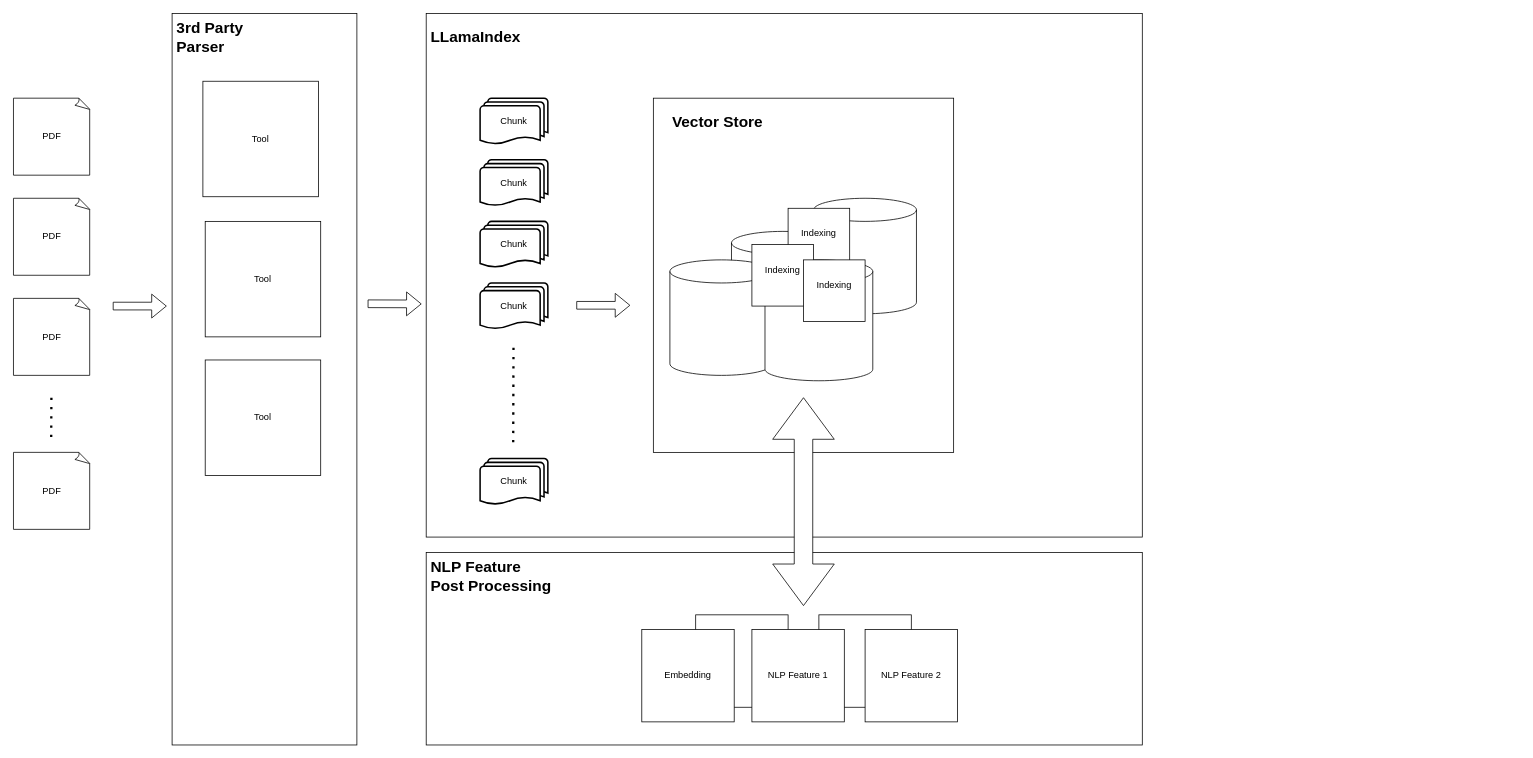
Earlier version of the draw.io diagram Untitled Diagram.drawio (xiaochen93/xiaochen93). Source tidied: cells renumbered, new cells numbered last; positions are measured from the earlier drawing's top-left corner, leaving out a move shared by most shapes. Both pictures are drawn from the tidied source at 77%, with x=0, y=0 at pixel (13, 13).
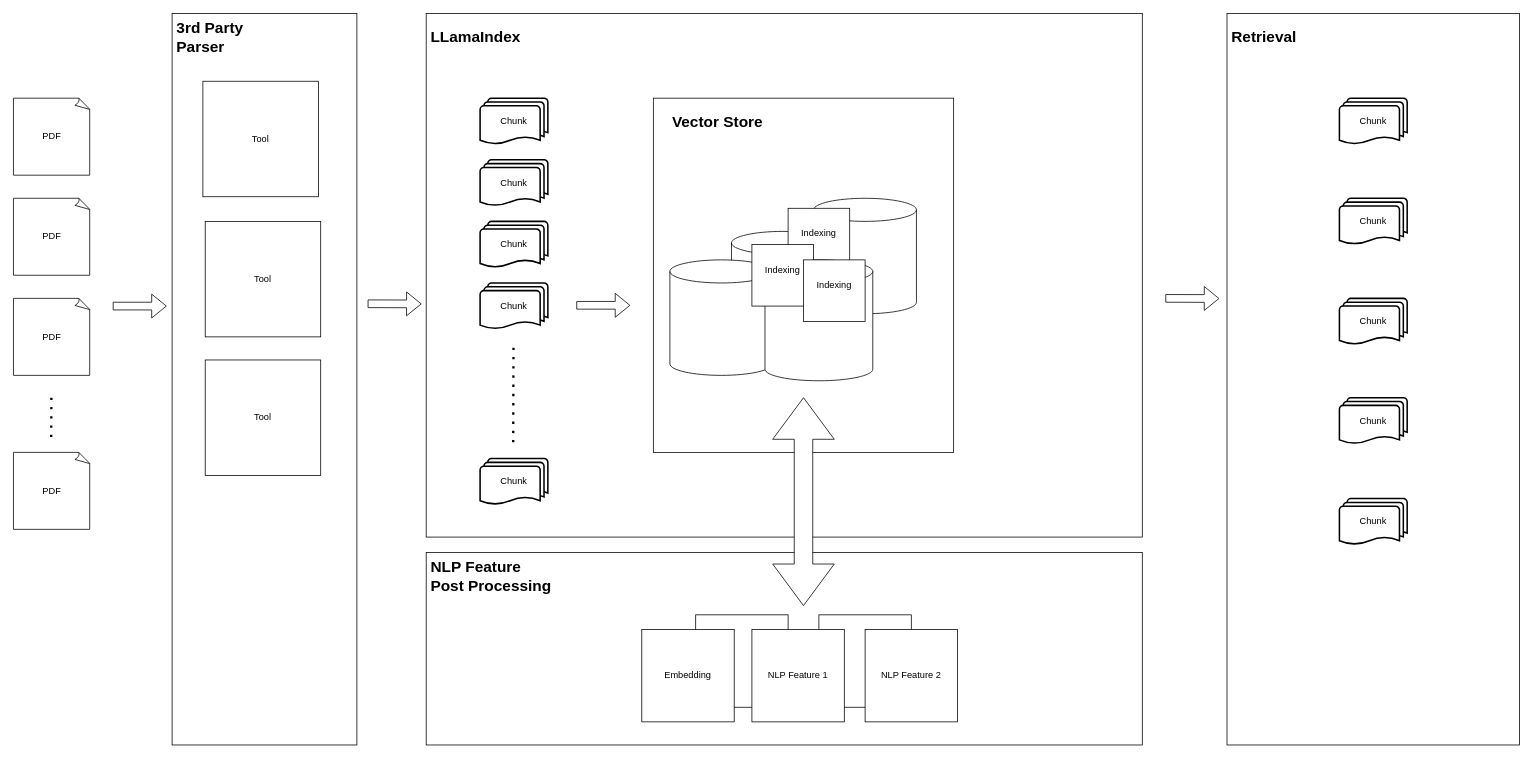
After the change.

The edit, as a diff of the source:
```diff
@@
+    <mxCell id="40" style="whiteSpace=wrap;html=1;" parent="1" vertex="1">
+      <mxGeometry x="1576" width="380" height="950" as="geometry" />
+    </mxCell>
+    <mxCell id="41" style="shape=flexArrow;endArrow=classic;html=1;rounded=0;verticalAlign=middle;" parent="1" edge="1">
+      <mxGeometry relative="1" as="geometry">
+        <mxPoint x="1496" y="370" as="sourcePoint" />
+        <mxPoint x="1566" y="370.2" as="targetPoint" />
+      </mxGeometry>
+    </mxCell>
+    <mxCell id="42" value="Chunk" style="strokeWidth=2;html=1;shape=mxgraph.flowchart.multi-document;whiteSpace=wrap;" parent="1" vertex="1">
+      <mxGeometry x="1722" y="110" width="88" height="60" as="geometry" />
+    </mxCell>
+    <mxCell id="43" value="Chunk" style="strokeWidth=2;html=1;shape=mxgraph.flowchart.multi-document;whiteSpace=wrap;" parent="1" vertex="1">
+      <mxGeometry x="1722" y="240" width="88" height="60" as="geometry" />
+    </mxCell>
+    <mxCell id="44" value="Chunk" style="strokeWidth=2;html=1;shape=mxgraph.flowchart.multi-document;whiteSpace=wrap;" parent="1" vertex="1">
+      <mxGeometry x="1722" y="370" width="88" height="60" as="geometry" />
+    </mxCell>
+    <mxCell id="45" value="Chunk" style="strokeWidth=2;html=1;shape=mxgraph.flowchart.multi-document;whiteSpace=wrap;" parent="1" vertex="1">
+      <mxGeometry x="1722" y="499" width="88" height="60" as="geometry" />
+    </mxCell>
+    <mxCell id="46" value="Chunk" style="strokeWidth=2;html=1;shape=mxgraph.flowchart.multi-document;whiteSpace=wrap;" parent="1" vertex="1">
+      <mxGeometry x="1722" y="630" width="88" height="60" as="geometry" />
+    </mxCell>
+    <mxCell id="47" value="Retrieval" style="text;strokeColor=none;fillColor=none;align=left;verticalAlign=middle;spacingLeft=4;spacingRight=4;overflow=hidden;whiteSpace=wrap;html=1;fontSize=20;fontStyle=1;labelBorderColor=none;labelBackgroundColor=default;" parent="1" vertex="1">
+      <mxGeometry x="1576" width="167" height="60" as="geometry" />
+    </mxCell>
```
